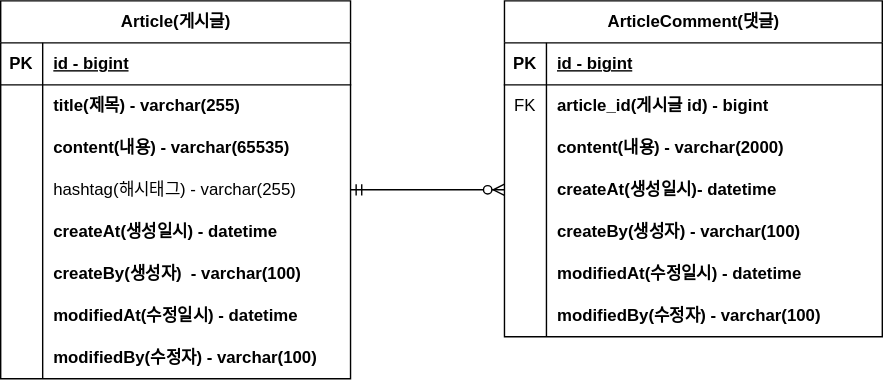
Earlier version of the draw.io export document/project-board-erd.svg (slows14tem/fastcampus-project-board). Source tidied: cells renumbered, new cells last; positions are measured from the earlier drawing's top-left corner, leaving out a move shared by most shapes.
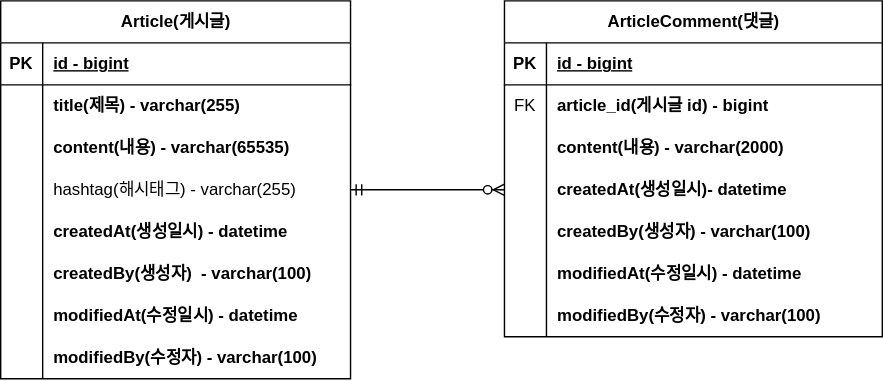
The same file after the commit.

The edit, as a diff of the source:
```diff
@@ -47,7 +47,7 @@
     <mxCell id="16" style="shape=partialRectangle;fillColor=none;top=0;left=0;bottom=0;right=0;overflow=hidden;whiteSpace=wrap;html=1;" parent="15" vertex="1">
       <mxGeometry width="30" height="30" as="geometry" />
     </mxCell>
-    <mxCell id="17" value="createAt(생성일시) - datetime" style="shape=partialRectangle;fillColor=none;top=0;left=0;bottom=0;right=0;align=left;spacingLeft=6;overflow=hidden;whiteSpace=wrap;html=1;fontStyle=1;" parent="15" vertex="1">
+    <mxCell id="17" value="createdAt(생성일시) - datetime" style="shape=partialRectangle;fillColor=none;top=0;left=0;bottom=0;right=0;align=left;spacingLeft=6;overflow=hidden;whiteSpace=wrap;html=1;fontStyle=1;" parent="15" vertex="1">
       <mxGeometry x="30" width="220" height="30" as="geometry" />
     </mxCell>
     <mxCell id="18" style="shape=tableRow;horizontal=0;startSize=0;swimlaneHead=0;swimlaneBody=0;fillColor=none;top=0;left=0;right=0;bottom=0;" parent="2" vertex="1">
@@ -56,7 +56,7 @@
     <mxCell id="19" style="shape=partialRectangle;fillColor=none;top=0;left=0;bottom=0;right=0;overflow=hidden;whiteSpace=wrap;html=1;" parent="18" vertex="1">
       <mxGeometry width="30" height="30" as="geometry" />
     </mxCell>
-    <mxCell id="20" value="createBy(생성자)&amp;nbsp;&amp;nbsp;- varchar(100)" style="shape=partialRectangle;fillColor=none;top=0;left=0;bottom=0;right=0;align=left;spacingLeft=6;overflow=hidden;whiteSpace=wrap;html=1;fontStyle=1;" parent="18" vertex="1">
+    <mxCell id="20" value="createdBy(생성자)&amp;nbsp;&amp;nbsp;- varchar(100)" style="shape=partialRectangle;fillColor=none;top=0;left=0;bottom=0;right=0;align=left;spacingLeft=6;overflow=hidden;whiteSpace=wrap;html=1;fontStyle=1;" parent="18" vertex="1">
       <mxGeometry x="30" width="220" height="30" as="geometry" />
     </mxCell>
     <mxCell id="21" style="shape=tableRow;horizontal=0;startSize=0;swimlaneHead=0;swimlaneBody=0;fillColor=none;top=0;left=0;right=0;bottom=0;" parent="2" vertex="1">
@@ -113,7 +113,7 @@
     <mxCell id="38" style="shape=partialRectangle;fillColor=none;top=0;left=0;bottom=0;right=0;overflow=hidden;whiteSpace=wrap;html=1;" parent="37" vertex="1">
       <mxGeometry width="30" height="30" as="geometry" />
     </mxCell>
-    <mxCell id="39" value="createAt(생성일시)- datetime" style="shape=partialRectangle;fillColor=none;top=0;left=0;bottom=0;right=0;align=left;spacingLeft=6;overflow=hidden;whiteSpace=wrap;html=1;fontStyle=1;" parent="37" vertex="1">
+    <mxCell id="39" value="createdAt(생성일시)- datetime" style="shape=partialRectangle;fillColor=none;top=0;left=0;bottom=0;right=0;align=left;spacingLeft=6;overflow=hidden;whiteSpace=wrap;html=1;fontStyle=1;" parent="37" vertex="1">
       <mxGeometry x="30" width="240" height="30" as="geometry" />
     </mxCell>
     <mxCell id="40" style="shape=tableRow;horizontal=0;startSize=0;swimlaneHead=0;swimlaneBody=0;fillColor=none;top=0;left=0;right=0;bottom=0;" parent="27" vertex="1">
@@ -122,7 +122,7 @@
     <mxCell id="41" style="shape=partialRectangle;fillColor=none;top=0;left=0;bottom=0;right=0;overflow=hidden;whiteSpace=wrap;html=1;" parent="40" vertex="1">
       <mxGeometry width="30" height="30" as="geometry" />
     </mxCell>
-    <mxCell id="42" value="createBy(생성자)&amp;nbsp;- varchar(100)" style="shape=partialRectangle;fillColor=none;top=0;left=0;bottom=0;right=0;align=left;spacingLeft=6;overflow=hidden;whiteSpace=wrap;html=1;fontStyle=1;" parent="40" vertex="1">
+    <mxCell id="42" value="createdBy(생성자)&amp;nbsp;- varchar(100)" style="shape=partialRectangle;fillColor=none;top=0;left=0;bottom=0;right=0;align=left;spacingLeft=6;overflow=hidden;whiteSpace=wrap;html=1;fontStyle=1;" parent="40" vertex="1">
       <mxGeometry x="30" width="240" height="30" as="geometry" />
     </mxCell>
     <mxCell id="43" style="shape=tableRow;horizontal=0;startSize=0;swimlaneHead=0;swimlaneBody=0;fillColor=none;top=0;left=0;right=0;bottom=0;" parent="27" vertex="1">
```
